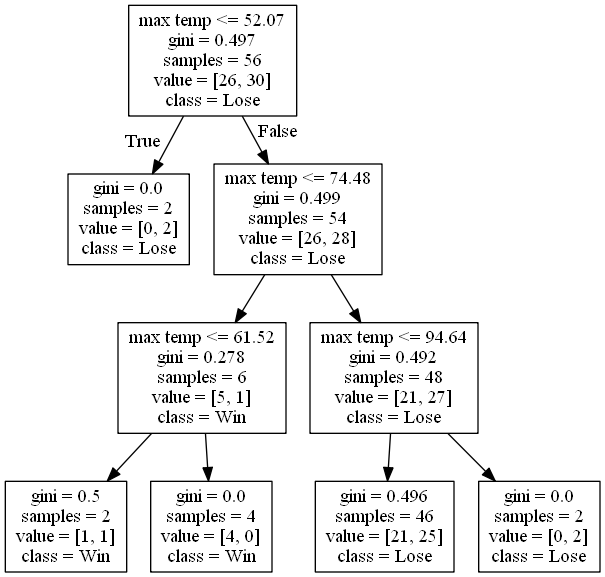
Before: DecisionTrees/decision_tree_no_score_or_attendance1.png, a diagram exported from Graphviz (alexana-steck/CSE482Project). Its source is kept beside it as DecisionTrees/decision_tree_no_score_or_attendance1.dot.
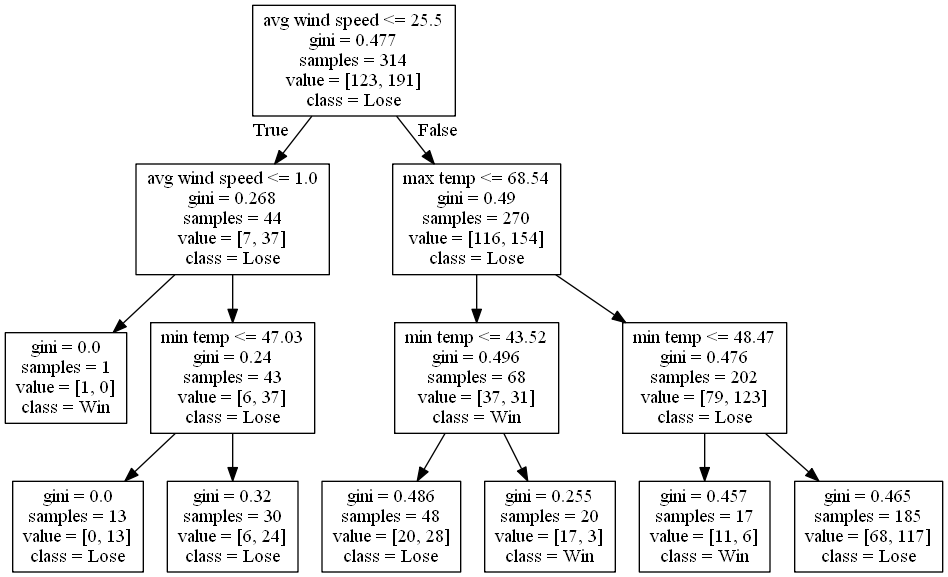
The same file after the commit.

Diff of the diagram source:
```diff
@@ -1,20 +1,28 @@
 digraph Tree {
 node [shape=box] ;
-0 [label="max temp <= 52.07\ngini = 0.497\nsamples = 56\nvalue = [26, 30]\nclass = Lose"] ;
-1 [label="gini = 0.0\nsamples = 2\nvalue = [0, 2]\nclass = Lose"] ;
+0 [label="avg wind speed <= 25.5\ngini = 0.477\nsamples = 314\nvalue = [123, 191]\nclass = Lose"] ;
+1 [label="avg wind speed <= 1.0\ngini = 0.268\nsamples = 44\nvalue = [7, 37]\nclass = Lose"] ;
 0 -> 1 [labeldistance=2.5, labelangle=45, headlabel="True"] ;
-2 [label="max temp <= 74.48\ngini = 0.499\nsamples = 54\nvalue = [26, 28]\nclass = Lose"] ;
-0 -> 2 [labeldistance=2.5, labelangle=-45, headlabel="False"] ;
-3 [label="max temp <= 61.52\ngini = 0.278\nsamples = 6\nvalue = [5, 1]\nclass = Win"] ;
-2 -> 3 ;
-4 [label="gini = 0.5\nsamples = 2\nvalue = [1, 1]\nclass = Win"] ;
+2 [label="gini = 0.0\nsamples = 1\nvalue = [1, 0]\nclass = Win"] ;
+1 -> 2 ;
+3 [label="min temp <= 47.03\ngini = 0.24\nsamples = 43\nvalue = [6, 37]\nclass = Lose"] ;
+1 -> 3 ;
+4 [label="gini = 0.0\nsamples = 13\nvalue = [0, 13]\nclass = Lose"] ;
 3 -> 4 ;
-5 [label="gini = 0.0\nsamples = 4\nvalue = [4, 0]\nclass = Win"] ;
+5 [label="gini = 0.32\nsamples = 30\nvalue = [6, 24]\nclass = Lose"] ;
 3 -> 5 ;
-6 [label="max temp <= 94.64\ngini = 0.492\nsamples = 48\nvalue = [21, 27]\nclass = Lose"] ;
-2 -> 6 ;
-7 [label="gini = 0.496\nsamples = 46\nvalue = [21, 25]\nclass = Lose"] ;
+6 [label="max temp <= 68.54\ngini = 0.49\nsamples = 270\nvalue = [116, 154]\nclass = Lose"] ;
+0 -> 6 [labeldistance=2.5, labelangle=-45, headlabel="False"] ;
+7 [label="min temp <= 43.52\ngini = 0.496\nsamples = 68\nvalue = [37, 31]\nclass = Win"] ;
 6 -> 7 ;
-8 [label="gini = 0.0\nsamples = 2\nvalue = [0, 2]\nclass = Lose"] ;
-6 -> 8 ;
+8 [label="gini = 0.486\nsamples = 48\nvalue = [20, 28]\nclass = Lose"] ;
+7 -> 8 ;
+9 [label="gini = 0.255\nsamples = 20\nvalue = [17, 3]\nclass = Win"] ;
+7 -> 9 ;
+10 [label="min temp <= 48.47\ngini = 0.476\nsamples = 202\nvalue = [79, 123]\nclass = Lose"] ;
+6 -> 10 ;
+11 [label="gini = 0.457\nsamples = 17\nvalue = [11, 6]\nclass = Win"] ;
+10 -> 11 ;
+12 [label="gini = 0.465\nsamples = 185\nvalue = [68, 117]\nclass = Lose"] ;
+10 -> 12 ;
 }
```
